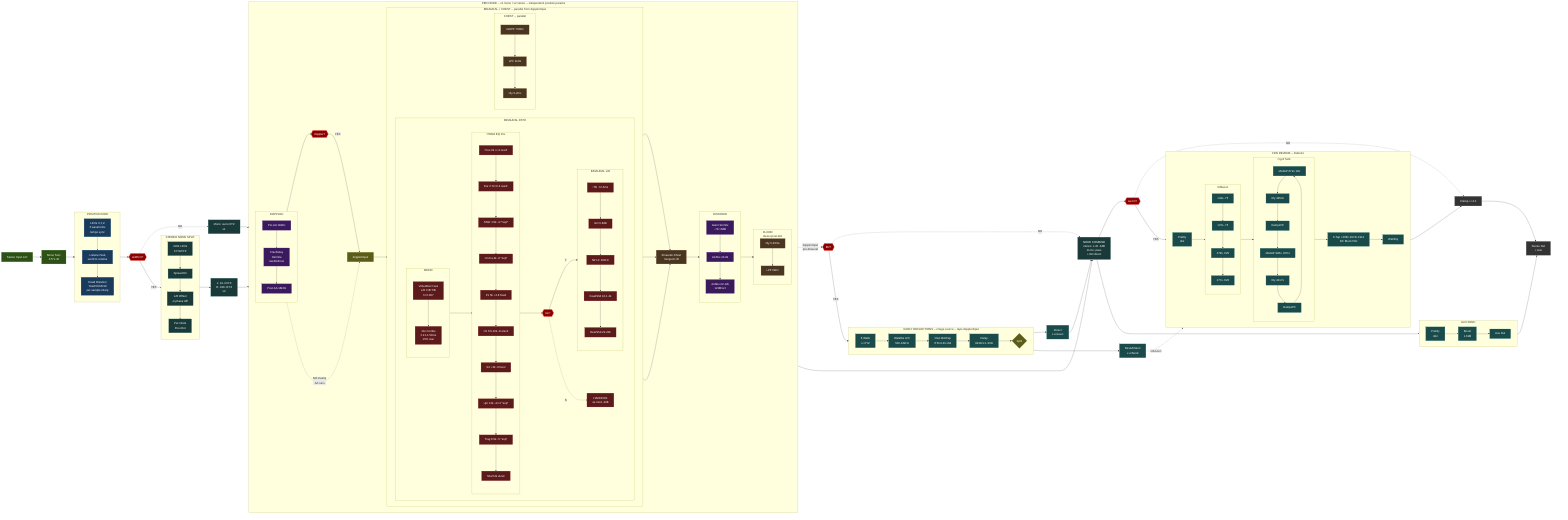
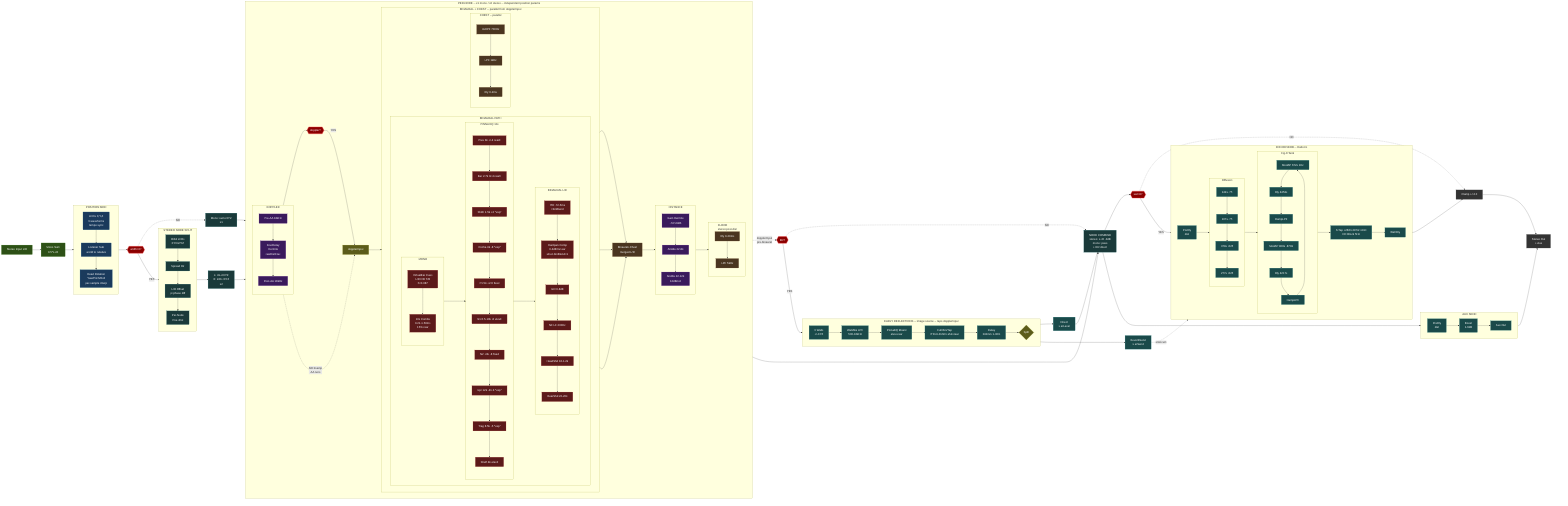
flowchart LR
    classDef input fill:#2d5016,stroke:#4a8c2a,color:#fff
    classDef position fill:#1a3a5c,stroke:#2a6a9e,color:#fff
    classDef binaural fill:#5c1a1a,stroke:#9e2a2a,color:#fff
    classDef body fill:#4a3520,stroke:#8a6540,color:#fff
    classDef distance fill:#3a1a5c,stroke:#6a2a9e,color:#fff
    classDef reverb fill:#1a4a4a,stroke:#2a8a8a,color:#fff
    classDef output fill:#333,stroke:#666,color:#fff
    classDef split fill:#5c5c1a,stroke:#9e9e2a,color:#fff
    classDef stereo fill:#1a3a3a,stroke:#2a7a7a,color:#fff
    classDef gate fill:#8b0000,stroke:#ff4444,color:#fff,stroke-width:2px

    INPUT["Stereo Input L/R"]:::input --> MONO_SUM["Mono Sum\n0.5*L+R"]:::input

    subgraph POS["POSITION MOD"]
        direction TB
        LFO_MOD["LFOs X,Y,Z\n6 waveforms\ntempo sync"]:::position
        LISTENER_SUB["Listener Sub\nworld to relative"]:::position
        HEAD_ROT["Head Rotation\nYaw/Pitch/Roll\nper-sample interp"]:::position
        LFO_MOD --> LISTENER_SUB --> HEAD_ROT
    end
    MONO_SUM --> POS

    GATE_STEREO{{"width>0?"}}:::gate
    POS --> GATE_STEREO

    subgraph STEREO_SPLIT["STEREO NODE SPLIT"]
        direction TB
        ORBIT_LFO["Orbit LFOs\nXY/XZ/YZ"]:::stereo
        SPREAD_DIR["Spread Dir"]:::stereo
        NODE_OFFSET["L/R Offset\npi phase diff"]:::stereo
        NODE_POS["Per-Node\nPos+Rot"]:::stereo
        ORBIT_LFO --> SPREAD_DIR --> NODE_OFFSET --> NODE_POS
    end

    GATE_STEREO -->|"YES"| STEREO_SPLIT
    STEREO_SPLIT --> ENTRY_S["L: inL+lXYZ\nR: inR+rXYZ\nx2"]:::stereo
    GATE_STEREO -.->|"NO"| ENTRY_M["Mono: sum+XYZ\nx1"]:::stereo

    ENTRY_S --> DOP_PRE
    ENTRY_M --> DOP_PRE

    subgraph PER_NODE["PER-NODE -- x1 mono / x2 stereo -- independent position params"]
        direction LR

        subgraph DOPPLER["DOPPLER"]
            direction TB
            DOP_PRE["Pre-AA 18kHz"]:::distance
            DOP_DELAY["FracDelay\nHermite\nrawDistFrac"]:::distance
            DOP_POST["Post-AA 18kHz"]:::distance
            DOP_PRE --> DOP_DELAY --> DOP_POST
        end

        GATE_DOP{{"doppler?"}}:::gate
        DOP_POST --> GATE_DOP
        GATE_DOP -->|"YES"| SPLIT_D
        DOP_PRE -.->|"NO:2samp\nAA runs"| SPLIT_D

        SPLIT_D["dopplerInput"]:::split

        subgraph SPATIAL["BINAURAL + CHEST -- parallel from dopplerInput"]
            direction LR

            subgraph BIN_PATH["BINAURAL PATH"]
                direction LR

                subgraph BIN_M["MONO"]
                    direction TB
                    VEAR["VirtualEar Cues\nL/R F/B T/B\nh=0.087"]:::binaural
                    COMBS["10x Combs\n0.21-1.50ms\n15% rear"]:::binaural
                    VEAR --> COMBS
                end

                subgraph PIN["PINNA EQ 10x"]
                    direction TB
                    EQ1["Pres 3k +/-4 rearF"]:::binaural
                    EQ2["Ear 2.7k 0/-4 rearF"]:::binaural
                    EQ3["Shldr 1.5k +2 *exp*"]:::binaural
                    EQ4["Cncha 4k -8 *exp*"]:::binaural
                    EQ5["P1 5k +2.8 fixed"]:::binaural
                    EQ6["N1 6.5-10k -8 elevF"]:::binaural
                    EQ7["N2 +3k -8 fixed"]:::binaural
                    EQ8["Upr 12k -4/+3 *exp*"]:::binaural
                    EQ9["Trag 8.5k -5 *exp*"]:::binaural
                    EQ10["Shelf 4k elevF"]:::binaural
                    EQ1 --> EQ2 --> EQ3 --> EQ4 --> EQ5 --> EQ6 --> EQ7 --> EQ8 --> EQ9 --> EQ10
                end

-                 GATE_BIN{{"bin?"}}:::gate
- 
                subgraph BIN_LR["BINAURAL L/R"]
                    direction TB
-                     ITD["ITD .72-5ms"]:::binaural
+                     ITD["ITD .72-5ms\n×binBlend"]:::binaural
+                     HP["Hardpan Comp\n0-4dB far ear\nwhen binBlend<1"]:::binaural
                    ILD["ILD 0-8dB"]:::binaural
                    NF["NF LF 200Hz"]:::binaural
                    HS["HeadShd 16-1.2k"]:::binaural
                    RS["RearShd 22-20k"]:::binaural
-                     ITD --> ILD --> NF --> HS --> RS
+                     ITD --> HP --> ILD --> NF --> HS --> RS
                end

-                 HP["HARDPAN\naz-mod -4dB"]:::binaural
- 
-                 BIN_M --> PIN --> GATE_BIN
-                 GATE_BIN -->|"Y"| BIN_LR
-                 GATE_BIN -.->|"N"| HP
+                 BIN_M --> PIN --> BIN_LR
            end

            subgraph CHEST["CHEST -- parallel"]
                direction TB
                CH1["4xHPF 700Hz"]:::body
                CH2["LPF 1kHz"]:::body
                CH3["Dly 0-2ms"]:::body
                CH1 --> CH2 --> CH3
            end
        end

        SPLIT_D --> SPATIAL

        BIN_MERGE["Binaural+Chest\nmerged L/R"]:::body
        BIN_LR --> BIN_MERGE
        HP --> BIN_MERGE
        CHEST --> BIN_MERGE

        subgraph DIST["DISTANCE"]
            direction TB
            DG["Gain Hermite\n-72/+6dB"]:::distance
            A1["AirAbs 22-8k"]:::distance
            A2["AirAbs 22-12k\n12dB/oct"]:::distance
            DG --> A1 --> A2
        end

        BIN_MERGE --> DIST

        subgraph FLOOR["FLOOR\nstereo:post-dist\nmono:pre-dist"]
            direction TB
            FD["Dly 0-20ms"]:::body
            FL["LPF 5kHz"]:::body
            FD --> FL
        end

        DIST --> FLOOR
    end

    GATE_ER{{"ER?"}}:::gate
    FLOOR --> COMBINE
    SPLIT_D -.->|"dopplerInput\npre-binaural"| GATE_ER

    subgraph ER["EARLY REFLECTIONS -- image source -- taps dopplerInput"]
        direction LR
        ERD["6 Walls\n+/-XYZ"]:::reverb
        ERW["WallAbs LPF\n500-16kHz"]:::reverb
-         ERB["Own Bin/Tap\nITD+ILD+shd"]:::reverb
+         ERP["PinnaEQ 9band\nelev+rear"]:::reverb
+         ERB["Full Bin/Tap\nITD+ILD+NF+shd+rear"]:::reverb
        ERDL["Delay\n343m/s 1-30m"]:::reverb
        ERS{"Split"}:::split
-         ERD --> ERW --> ERB --> ERDL --> ERS
+         ERD --> ERW --> ERP --> ERB --> ERDL --> ERS
    end

    GATE_ER -->|"YES"| ER
    ERS --> ER_DIR["Direct\nx erLevel"]:::reverb
    ERS --> ER_SND["ReverbSend\nx erSend"]:::reverb

    COMBINE["NODE COMBINE\nstereo: L+R -3dB\nmono: pass\n+ ER direct"]:::stereo
    ER_DIR --> COMBINE
    GATE_ER -.->|"NO"| COMBINE

    COMBINE --> AUX_D

    subgraph AUX["AUX SEND"]
        direction LR
        AUX_D["PreDly\ndist"]:::reverb
        AUX_G["Boost\n1-6dB"]:::reverb
        AUX_O["Aux Out"]:::reverb
        AUX_D --> AUX_G --> AUX_O
    end

    GATE_REV{{"wet>0?"}}:::gate
    COMBINE --> GATE_REV

    subgraph REVERB["FDN REVERB -- Dattorro"]
        direction LR
        RP["PreDly\ndist"]:::reverb
        subgraph RI["Diffusion"]
            direction TB
            A_1["142s .75"]:::reverb
            A_2["107s .75"]:::reverb
            A_3["379s .625"]:::reverb
            A_4["277s .625"]:::reverb
            A_1 --> A_2 --> A_3 --> A_4
        end
        subgraph RT["Fig-8 Tank"]
            direction TB
            T1["ModAP 672s 1Hz"]:::reverb
            T2["Dly 4453s"]:::reverb
            T3["DampLPF"]:::reverb
            T4["ModAP 908s .87Hz"]:::reverb
            T5["Dly 4217s"]:::reverb
            T6["DampLPF"]:::reverb
            T1 --> T2 --> T3 --> T4 --> T5 --> T6 --> T1
        end
        RO["6-Tap +266/+2974/-1913\nDC Block 5Hz"]:::reverb
        RW["Wet/Dry"]:::reverb
        RP --> RI --> RT --> RO --> RW
    end

    GATE_REV -->|"YES"| REVERB
    ER_SND -.->|"erAccum"| REVERB

    OUT["Clamp +/-2.0"]:::output
    GATE_REV -.->|"NO"| OUT
    REVERB --> OUT
    AUX_O --> FOUT["Stereo Out\n+ Aux"]:::output
    OUT --> FOUT
